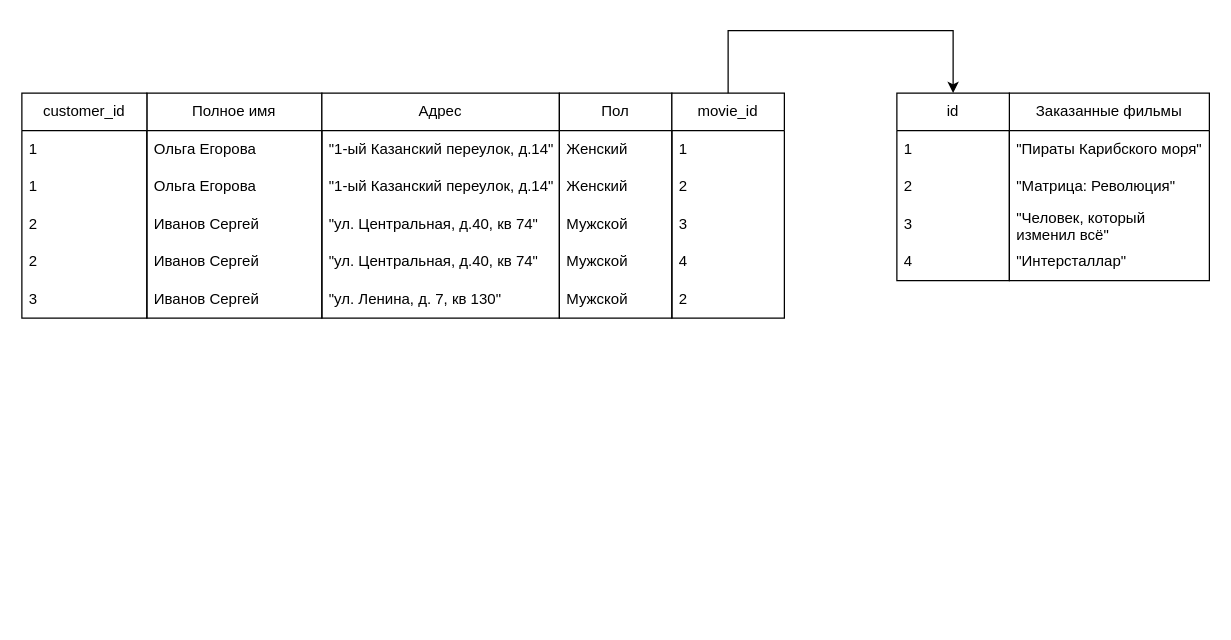
Before: sql/Untitled Diagram.drawio in Paranoj/job4j_design, a draw.io diagram. Source tidied: cells renumbered, new cells numbered last; positions are measured from the earlier drawing's top-left corner, leaving out a move shared by most shapes. Both pictures are drawn from the tidied source at 125%, with x=0, y=0 at pixel (21, 30).
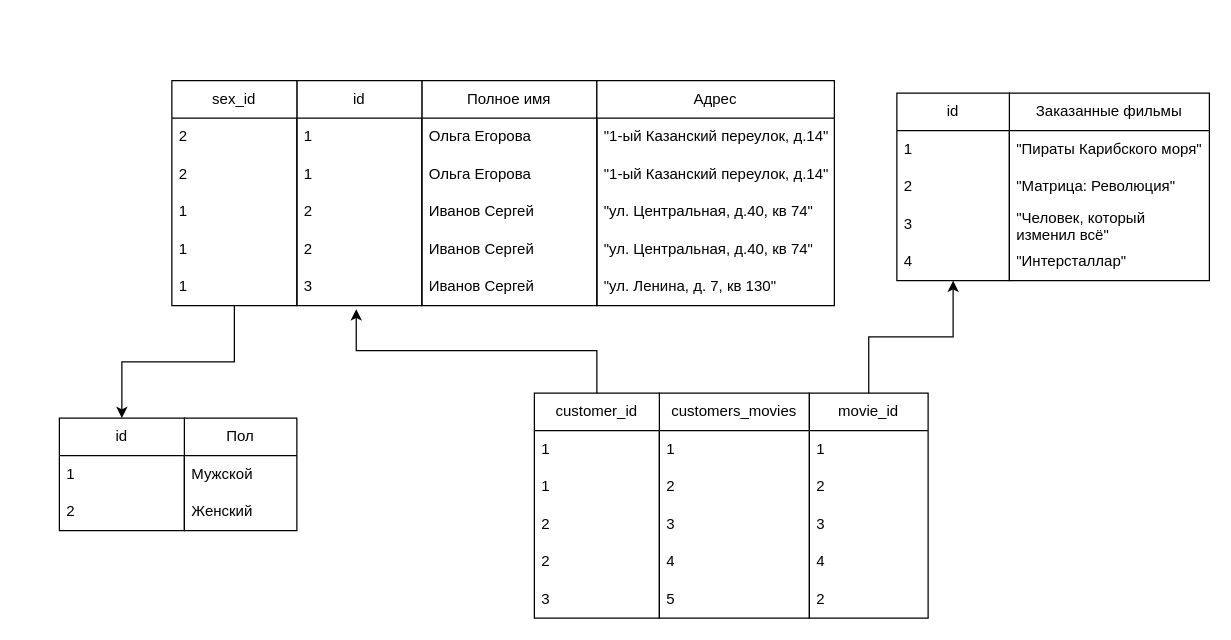
The same diagram, later.

Unchanged cells that the change refers to:
```xml
<mxCell id="30" value="3" style="text;strokeColor=none;fillColor=none;align=left;verticalAlign=middle;spacingLeft=4;spacingRight=4;overflow=hidden;points=[[0,0.5],[1,0.5]];portConstraint=eastwest;whiteSpace=wrap;html=1;" parent="25" vertex="1">
  <mxGeometry y="150" width="100" height="30" as="geometry" />
</mxCell>
<mxCell id="37" value="id" style="swimlane;fontStyle=0;horizontal=1;startSize=30;whiteSpace=wrap;html=1;" parent="1" vertex="1">
  <mxGeometry x="700" y="50" width="90" height="150" as="geometry" />
</mxCell>
<mxCell id="41" value="4" style="text;strokeColor=none;fillColor=none;align=left;verticalAlign=middle;spacingLeft=4;spacingRight=4;overflow=hidden;points=[[0,0.5],[1,0.5]];portConstraint=eastwest;whiteSpace=wrap;html=1;" parent="37" vertex="1">
  <mxGeometry y="120" width="90" height="30" as="geometry" />
</mxCell>
```

Diff of the diagram source:
```diff
@@
     <mxCell id="2" value="Полное имя" style="swimlane;fontStyle=0;horizontal=1;startSize=30;whiteSpace=wrap;html=1;" parent="1" vertex="1">
-      <mxGeometry x="100" y="50" width="140" height="180" as="geometry" />
+      <mxGeometry x="320" y="40" width="140" height="180" as="geometry" />
     </mxCell>
@@
     <mxCell id="8" value="Адрес" style="swimlane;fontStyle=0;horizontal=1;startSize=30;whiteSpace=wrap;html=1;" parent="1" vertex="1">
-      <mxGeometry x="240" y="50" width="190" height="180" as="geometry" />
+      <mxGeometry x="460" y="40" width="190" height="180" as="geometry" />
     </mxCell>
@@
     <mxCell id="19" value="Пол" style="swimlane;fontStyle=0;horizontal=1;startSize=30;whiteSpace=wrap;html=1;" parent="1" vertex="1">
-      <mxGeometry x="430" y="50" width="90" height="180" as="geometry" />
+      <mxGeometry x="130" y="310" width="90" height="90" as="geometry" />
     </mxCell>
-    <mxCell id="20" value="Женский" style="text;strokeColor=none;fillColor=none;align=left;verticalAlign=middle;spacingLeft=4;spacingRight=4;overflow=hidden;whiteSpace=wrap;html=1;" parent="19" vertex="1">
+    <mxCell id="20" value="Мужской" style="text;strokeColor=none;fillColor=none;align=left;verticalAlign=middle;spacingLeft=4;spacingRight=4;overflow=hidden;whiteSpace=wrap;html=1;" parent="19" vertex="1">
       <mxGeometry y="30" width="90" height="30" as="geometry" />
     </mxCell>
@@
-    <mxCell id="22" value="Мужской" style="text;strokeColor=none;fillColor=none;align=left;verticalAlign=middle;spacingLeft=4;spacingRight=4;overflow=hidden;whiteSpace=wrap;html=1;" parent="19" vertex="1">
-      <mxGeometry y="90" width="90" height="30" as="geometry" />
-    </mxCell>
-    <mxCell id="23" value="Мужской" style="text;strokeColor=none;fillColor=none;align=left;verticalAlign=middle;spacingLeft=4;spacingRight=4;overflow=hidden;whiteSpace=wrap;html=1;" parent="19" vertex="1">
-      <mxGeometry y="120" width="90" height="30" as="geometry" />
-    </mxCell>
-    <mxCell id="24" value="Мужской" style="text;strokeColor=none;fillColor=none;align=left;verticalAlign=middle;spacingLeft=4;spacingRight=4;overflow=hidden;whiteSpace=wrap;html=1;" parent="19" vertex="1">
-      <mxGeometry y="150" width="90" height="30" as="geometry" />
-    </mxCell>
-    <mxCell id="25" value="customer_id" style="swimlane;fontStyle=0;horizontal=1;startSize=30;whiteSpace=wrap;html=1;" parent="1" vertex="1">
-      <mxGeometry y="50" width="100" height="180" as="geometry" />
+    <mxCell id="25" value="id" style="swimlane;fontStyle=0;horizontal=1;startSize=30;whiteSpace=wrap;html=1;" parent="1" vertex="1">
+      <mxGeometry x="220" y="40" width="100" height="180" as="geometry" />
     </mxCell>
@@
-    <mxCell id="31" value="movie_id" style="swimlane;fontStyle=0;horizontal=1;startSize=30;whiteSpace=wrap;html=1;" parent="1" vertex="1">
-      <mxGeometry x="520" y="50" width="90" height="180" as="geometry" />
-    </mxCell>
-    <mxCell id="32" value="1" style="text;strokeColor=none;fillColor=none;align=left;verticalAlign=middle;spacingLeft=4;spacingRight=4;overflow=hidden;whiteSpace=wrap;html=1;" parent="31" vertex="1">
-      <mxGeometry y="30" width="90" height="30" as="geometry" />
-    </mxCell>
-    <mxCell id="33" value="2" style="text;strokeColor=none;fillColor=none;align=left;verticalAlign=middle;spacingLeft=4;spacingRight=4;overflow=hidden;whiteSpace=wrap;html=1;" parent="31" vertex="1">
-      <mxGeometry y="60" width="90" height="30" as="geometry" />
-    </mxCell>
-    <mxCell id="34" value="3" style="text;strokeColor=none;fillColor=none;align=left;verticalAlign=middle;spacingLeft=4;spacingRight=4;overflow=hidden;whiteSpace=wrap;html=1;" parent="31" vertex="1">
-      <mxGeometry y="90" width="90" height="30" as="geometry" />
-    </mxCell>
-    <mxCell id="35" value="4" style="text;strokeColor=none;fillColor=none;align=left;verticalAlign=middle;spacingLeft=4;spacingRight=4;overflow=hidden;whiteSpace=wrap;html=1;" parent="31" vertex="1">
-      <mxGeometry y="120" width="90" height="30" as="geometry" />
-    </mxCell>
-    <mxCell id="36" value="2" style="text;strokeColor=none;fillColor=none;align=left;verticalAlign=middle;spacingLeft=4;spacingRight=4;overflow=hidden;whiteSpace=wrap;html=1;" parent="31" vertex="1">
-      <mxGeometry y="150" width="90" height="30" as="geometry" />
-    </mxCell>
@@
-    <mxCell id="42" style="endArrow=classic;html=1;rounded=0;exitX=0.5;exitY=0;exitDx=0;exitDy=0;entryX=0.5;entryY=0;entryDx=0;entryDy=0;edgeStyle=orthogonalEdgeStyle;" parent="1" edge="1" source="31" target="37">
-      <mxGeometry relative="1" as="geometry">
-        <Array as="points">
-          <mxPoint x="565" />
-          <mxPoint x="745" />
-        </Array>
-      </mxGeometry>
-    </mxCell>
+    <mxCell id="43" value="customers_movies" style="swimlane;fontStyle=0;horizontal=1;startSize=30;whiteSpace=wrap;html=1;" parent="1" vertex="1">
+      <mxGeometry x="510" y="290" width="120" height="180" as="geometry" />
+    </mxCell>
+    <mxCell id="44" value="1" style="text;strokeColor=none;fillColor=none;align=left;verticalAlign=middle;spacingLeft=4;spacingRight=4;overflow=hidden;whiteSpace=wrap;html=1;" parent="43" vertex="1">
+      <mxGeometry y="30" width="120" height="30" as="geometry" />
+    </mxCell>
+    <mxCell id="45" value="2" style="text;strokeColor=none;fillColor=none;align=left;verticalAlign=middle;spacingLeft=4;spacingRight=4;overflow=hidden;whiteSpace=wrap;html=1;" parent="43" vertex="1">
+      <mxGeometry y="60" width="120" height="30" as="geometry" />
+    </mxCell>
+    <mxCell id="46" value="3" style="text;strokeColor=none;fillColor=none;align=left;verticalAlign=middle;spacingLeft=4;spacingRight=4;overflow=hidden;whiteSpace=wrap;html=1;" parent="43" vertex="1">
+      <mxGeometry y="90" width="120" height="30" as="geometry" />
+    </mxCell>
+    <mxCell id="47" value="4" style="text;strokeColor=none;fillColor=none;align=left;verticalAlign=middle;spacingLeft=4;spacingRight=4;overflow=hidden;whiteSpace=wrap;html=1;" parent="43" vertex="1">
+      <mxGeometry y="120" width="120" height="30" as="geometry" />
+    </mxCell>
+    <mxCell id="48" value="5" style="text;strokeColor=none;fillColor=none;align=left;verticalAlign=middle;spacingLeft=4;spacingRight=4;overflow=hidden;whiteSpace=wrap;html=1;" parent="43" vertex="1">
+      <mxGeometry y="150" width="120" height="30" as="geometry" />
+    </mxCell>
+    <mxCell id="31" value="movie_id" style="swimlane;fontStyle=0;horizontal=1;startSize=30;whiteSpace=wrap;html=1;" parent="1" vertex="1">
+      <mxGeometry x="630" y="290" width="95" height="180" as="geometry" />
+    </mxCell>
+    <mxCell id="49" value="1" style="text;strokeColor=none;fillColor=none;align=left;verticalAlign=middle;spacingLeft=4;spacingRight=4;overflow=hidden;whiteSpace=wrap;html=1;" parent="31" vertex="1">
+      <mxGeometry y="30" width="95" height="30" as="geometry" />
+    </mxCell>
+    <mxCell id="50" value="2" style="text;strokeColor=none;fillColor=none;align=left;verticalAlign=middle;spacingLeft=4;spacingRight=4;overflow=hidden;whiteSpace=wrap;html=1;" parent="31" vertex="1">
+      <mxGeometry y="60" width="95" height="30" as="geometry" />
+    </mxCell>
+    <mxCell id="51" value="3" style="text;strokeColor=none;fillColor=none;align=left;verticalAlign=middle;spacingLeft=4;spacingRight=4;overflow=hidden;whiteSpace=wrap;html=1;" parent="31" vertex="1">
+      <mxGeometry y="90" width="95" height="30" as="geometry" />
+    </mxCell>
+    <mxCell id="52" value="4" style="text;strokeColor=none;fillColor=none;align=left;verticalAlign=middle;spacingLeft=4;spacingRight=4;overflow=hidden;whiteSpace=wrap;html=1;" parent="31" vertex="1">
+      <mxGeometry y="120" width="95" height="30" as="geometry" />
+    </mxCell>
+    <mxCell id="53" value="2" style="text;strokeColor=none;fillColor=none;align=left;verticalAlign=middle;spacingLeft=4;spacingRight=4;overflow=hidden;whiteSpace=wrap;html=1;" parent="31" vertex="1">
+      <mxGeometry y="150" width="95" height="30" as="geometry" />
+    </mxCell>
+    <mxCell id="54" value="customer_id" style="swimlane;fontStyle=0;horizontal=1;startSize=30;whiteSpace=wrap;html=1;" parent="1" vertex="1">
+      <mxGeometry x="410" y="290" width="100" height="180" as="geometry" />
+    </mxCell>
+    <mxCell id="55" value="1" style="text;strokeColor=none;fillColor=none;align=left;verticalAlign=middle;spacingLeft=4;spacingRight=4;overflow=hidden;whiteSpace=wrap;html=1;" parent="54" vertex="1">
+      <mxGeometry y="30" width="100" height="30" as="geometry" />
+    </mxCell>
+    <mxCell id="56" value="1" style="text;strokeColor=none;fillColor=none;align=left;verticalAlign=middle;spacingLeft=4;spacingRight=4;overflow=hidden;whiteSpace=wrap;html=1;" parent="54" vertex="1">
+      <mxGeometry y="60" width="100" height="30" as="geometry" />
+    </mxCell>
+    <mxCell id="57" value="2" style="text;strokeColor=none;fillColor=none;align=left;verticalAlign=middle;spacingLeft=4;spacingRight=4;overflow=hidden;whiteSpace=wrap;html=1;" parent="54" vertex="1">
+      <mxGeometry y="90" width="100" height="30" as="geometry" />
+    </mxCell>
+    <mxCell id="58" value="2" style="text;strokeColor=none;fillColor=none;align=left;verticalAlign=middle;spacingLeft=4;spacingRight=4;overflow=hidden;whiteSpace=wrap;html=1;" parent="54" vertex="1">
+      <mxGeometry y="120" width="100" height="30" as="geometry" />
+    </mxCell>
+    <mxCell id="59" value="3" style="text;strokeColor=none;fillColor=none;align=left;verticalAlign=middle;spacingLeft=4;spacingRight=4;overflow=hidden;whiteSpace=wrap;html=1;" parent="54" vertex="1">
+      <mxGeometry y="150" width="100" height="30" as="geometry" />
+    </mxCell>
+    <mxCell id="60" style="endArrow=classic;html=1;rounded=0;exitX=0.5;exitY=0;exitDx=0;exitDy=0;entryX=0.475;entryY=1.094;entryDx=0;entryDy=0;entryPerimeter=0;edgeStyle=elbowEdgeStyle;elbow=vertical;" parent="1" edge="1" source="54" target="30">
+      <mxGeometry relative="1" as="geometry" />
+    </mxCell>
+    <mxCell id="61" style="endArrow=classic;html=1;rounded=0;exitX=0.5;exitY=0;exitDx=0;exitDy=0;edgeStyle=elbowEdgeStyle;elbow=vertical;" parent="1" edge="1" source="31" target="41">
+      <mxGeometry relative="1" as="geometry" />
+    </mxCell>
+    <mxCell id="62" value="id" style="swimlane;fontStyle=0;horizontal=1;startSize=30;whiteSpace=wrap;html=1;" parent="1" vertex="1">
+      <mxGeometry x="30" y="310" width="100" height="90" as="geometry" />
+    </mxCell>
+    <mxCell id="63" value="1" style="text;strokeColor=none;fillColor=none;align=left;verticalAlign=middle;spacingLeft=4;spacingRight=4;overflow=hidden;whiteSpace=wrap;html=1;" parent="62" vertex="1">
+      <mxGeometry y="30" width="100" height="30" as="geometry" />
+    </mxCell>
+    <mxCell id="64" value="2" style="text;strokeColor=none;fillColor=none;align=left;verticalAlign=middle;spacingLeft=4;spacingRight=4;overflow=hidden;whiteSpace=wrap;html=1;" parent="62" vertex="1">
+      <mxGeometry y="60" width="100" height="30" as="geometry" />
+    </mxCell>
+    <mxCell id="65" style="edgeStyle=elbowEdgeStyle;rounded=0;jettySize=auto;elbow=vertical;html=1;" parent="1" edge="1" source="71" target="62">
+      <mxGeometry relative="1" as="geometry" />
+    </mxCell>
+    <mxCell id="66" value="sex_id" style="swimlane;fontStyle=0;horizontal=1;startSize=30;whiteSpace=wrap;html=1;" parent="1" vertex="1">
+      <mxGeometry x="120" y="40" width="100" height="180" as="geometry" />
+    </mxCell>
+    <mxCell id="67" value="2" style="text;strokeColor=none;fillColor=none;align=left;verticalAlign=middle;spacingLeft=4;spacingRight=4;overflow=hidden;whiteSpace=wrap;html=1;" parent="66" vertex="1">
+      <mxGeometry y="30" width="100" height="30" as="geometry" />
+    </mxCell>
+    <mxCell id="68" value="2" style="text;strokeColor=none;fillColor=none;align=left;verticalAlign=middle;spacingLeft=4;spacingRight=4;overflow=hidden;whiteSpace=wrap;html=1;" parent="66" vertex="1">
+      <mxGeometry y="60" width="100" height="30" as="geometry" />
+    </mxCell>
+    <mxCell id="69" value="1" style="text;strokeColor=none;fillColor=none;align=left;verticalAlign=middle;spacingLeft=4;spacingRight=4;overflow=hidden;whiteSpace=wrap;html=1;" parent="66" vertex="1">
+      <mxGeometry y="90" width="100" height="30" as="geometry" />
+    </mxCell>
+    <mxCell id="70" value="1" style="text;strokeColor=none;fillColor=none;align=left;verticalAlign=middle;spacingLeft=4;spacingRight=4;overflow=hidden;whiteSpace=wrap;html=1;" parent="66" vertex="1">
+      <mxGeometry y="120" width="100" height="30" as="geometry" />
+    </mxCell>
+    <mxCell id="71" value="1" style="text;strokeColor=none;fillColor=none;align=left;verticalAlign=middle;spacingLeft=4;spacingRight=4;overflow=hidden;points=[[0,0.5],[1,0.5]];portConstraint=eastwest;whiteSpace=wrap;html=1;" parent="66" vertex="1">
+      <mxGeometry y="150" width="100" height="30" as="geometry" />
+    </mxCell>
```
